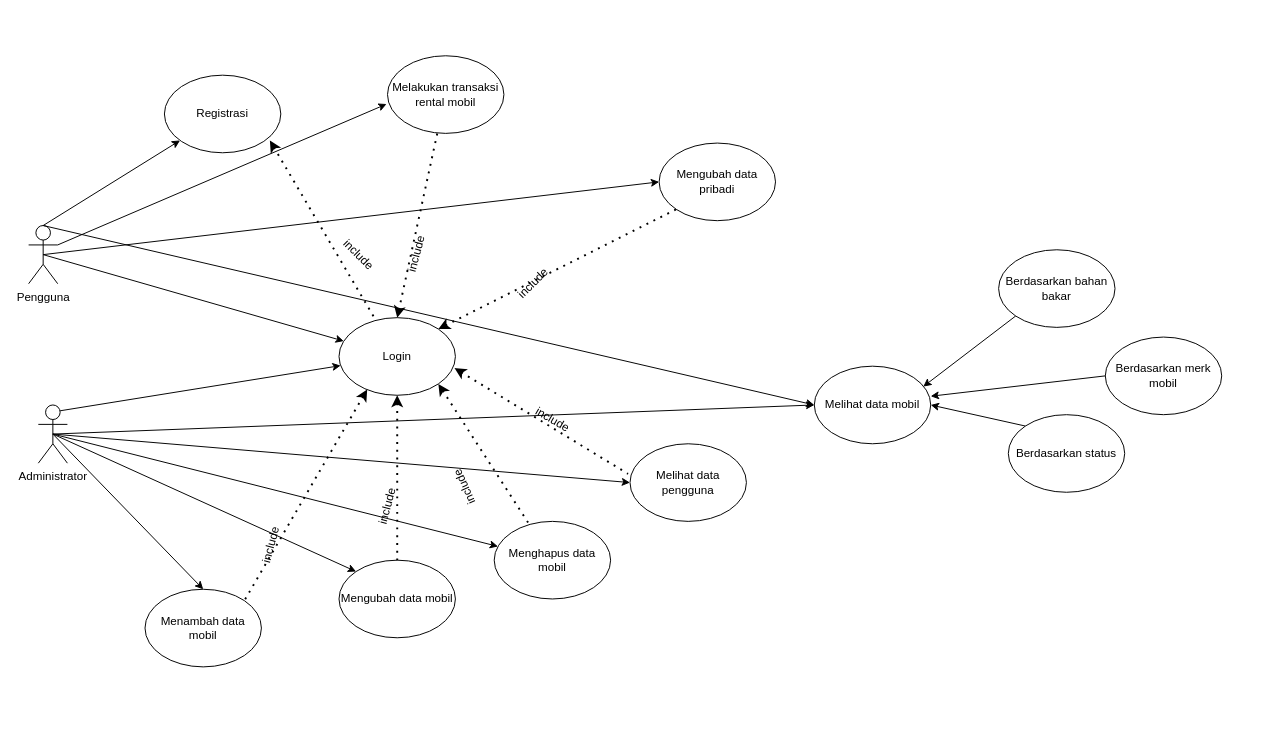
juanangelaalma/kelompok3_flutter keeps this draw.io diagram as UTS.drawio. Above is the earlier version. Source tidied: cells renumbered, new cells numbered last; positions are measured from the earlier drawing's top-left corner, leaving out a move shared by most shapes. Both pictures are drawn from the tidied source at 97%, with x=0, y=0 at pixel (28, 55).
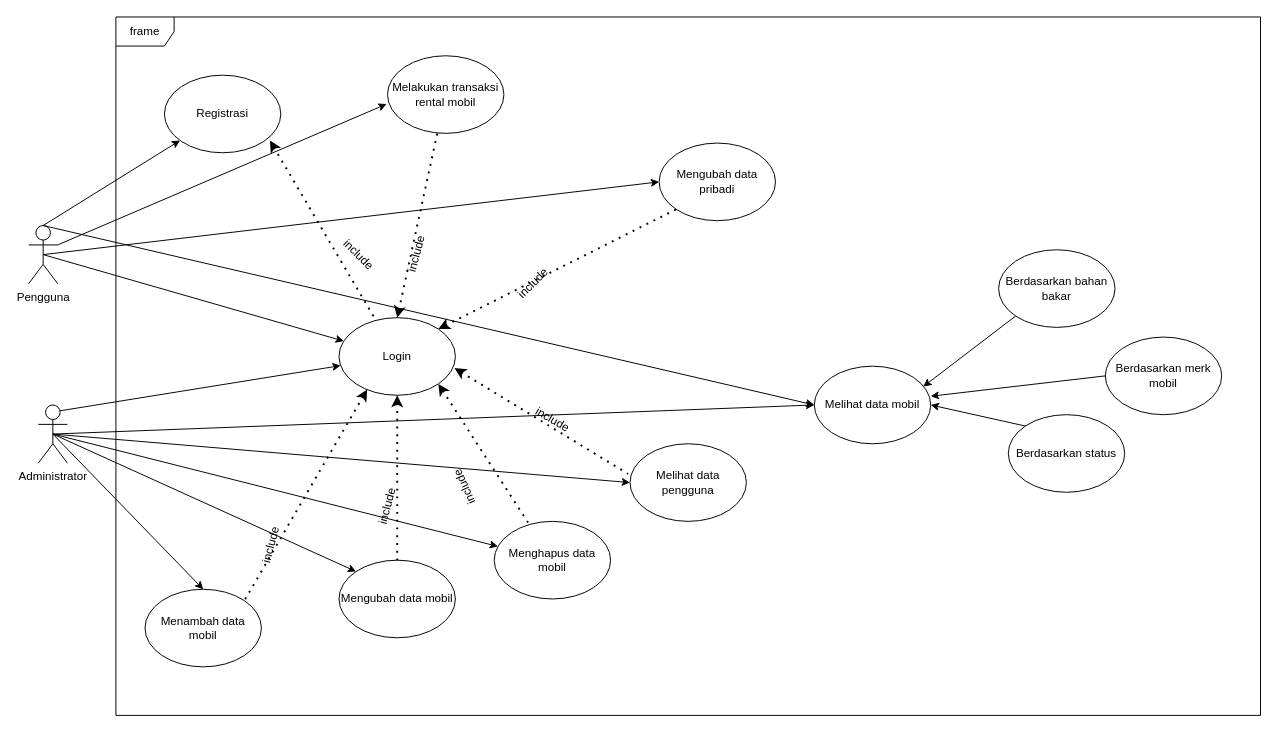
The same diagram, later.

The edit, as a diff of the source:
```diff
@@
+    <mxCell id="44" value="frame" style="shape=umlFrame;whiteSpace=wrap;html=1;" parent="1" vertex="1">
+      <mxGeometry x="90" y="-40" width="1180" height="720" as="geometry" />
+    </mxCell>
```
